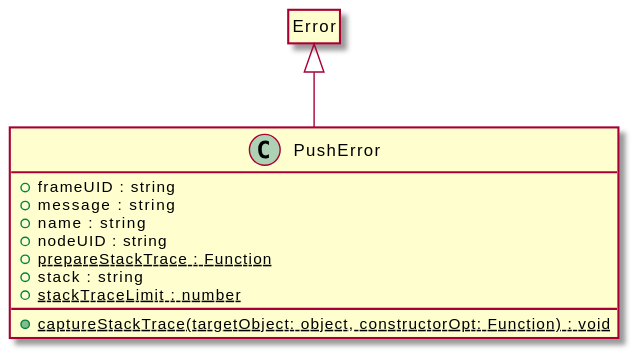
Above: assets/PushError-umlClassDiagram-150.svg in OpenHPS/openhps-core (PlantUML), before the change. Its diagram source:
```plantuml
@startuml
skinparam BackgroundColor transparent
hide empty methods
hide empty fields
class "PushError" {
    +frameUID : string
    +message : string
    +name : string
    +nodeUID : string
    {static} +prepareStackTrace : Function
    +stack : string
    {static} +stackTraceLimit : number
    {static} +captureStackTrace(targetObject: object, constructorOpt: Function) : void
}
class "Error"
hide "Error" circle
"Error" <|-- "PushError"
@enduml
```
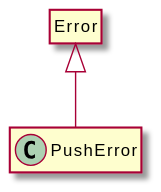
After the change.

What changed in the source:
```diff
@@ -3,14 +3,6 @@
 hide empty methods
 hide empty fields
 class "PushError" {
-    +frameUID : string
-    +message : string
-    +name : string
-    +nodeUID : string
-    {static} +prepareStackTrace : Function
-    +stack : string
-    {static} +stackTraceLimit : number
-    {static} +captureStackTrace(targetObject: object, constructorOpt: Function) : void
 }
 class "Error"
 hide "Error" circle
```
